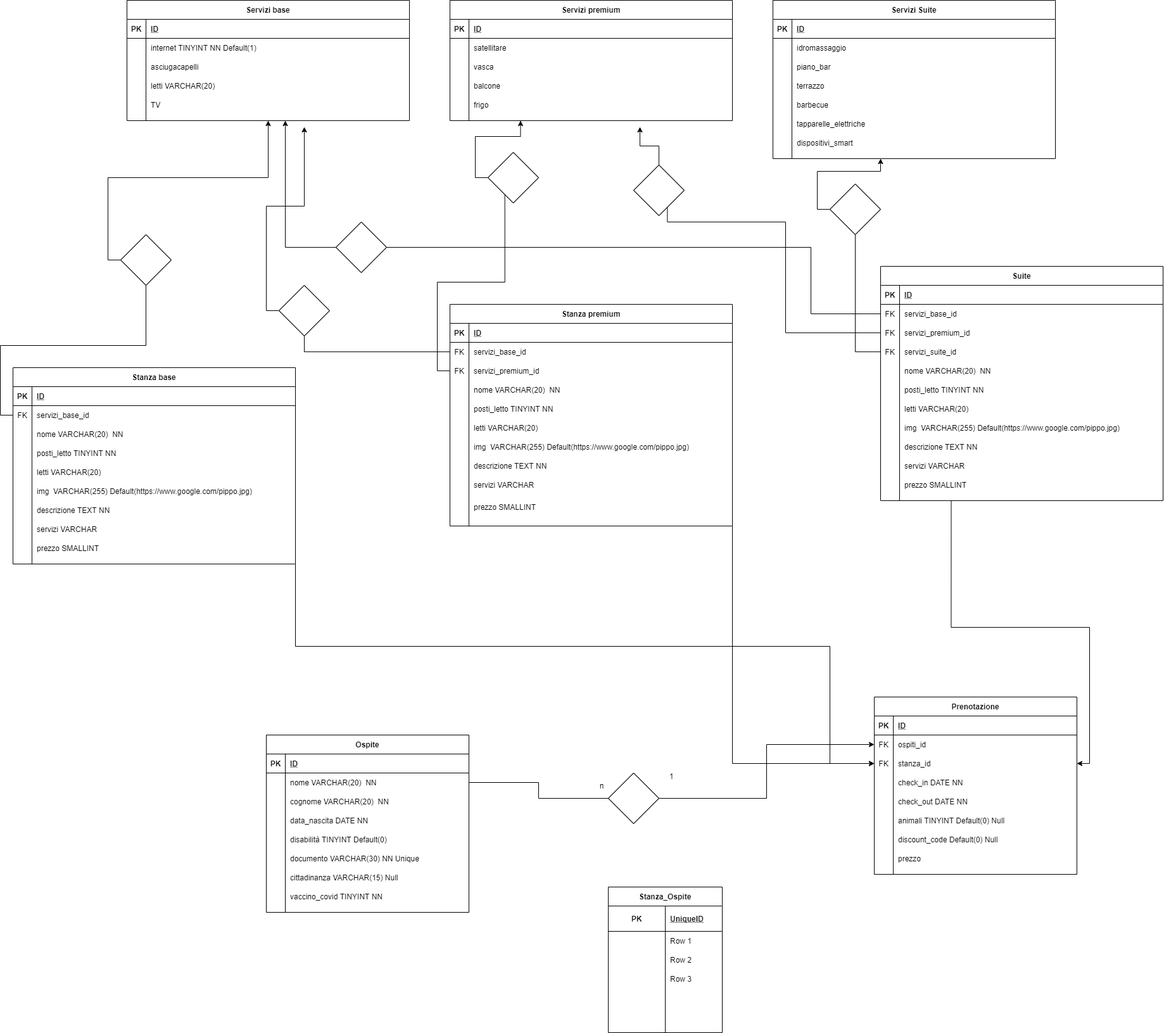
This is db-first.png from GiorgioRindonone/db-hotel, a draw.io export, as it was before one commit. Source tidied: cells renumbered, new cells last; positions are measured from the earlier drawing's top-left corner, leaving out a move shared by most shapes.
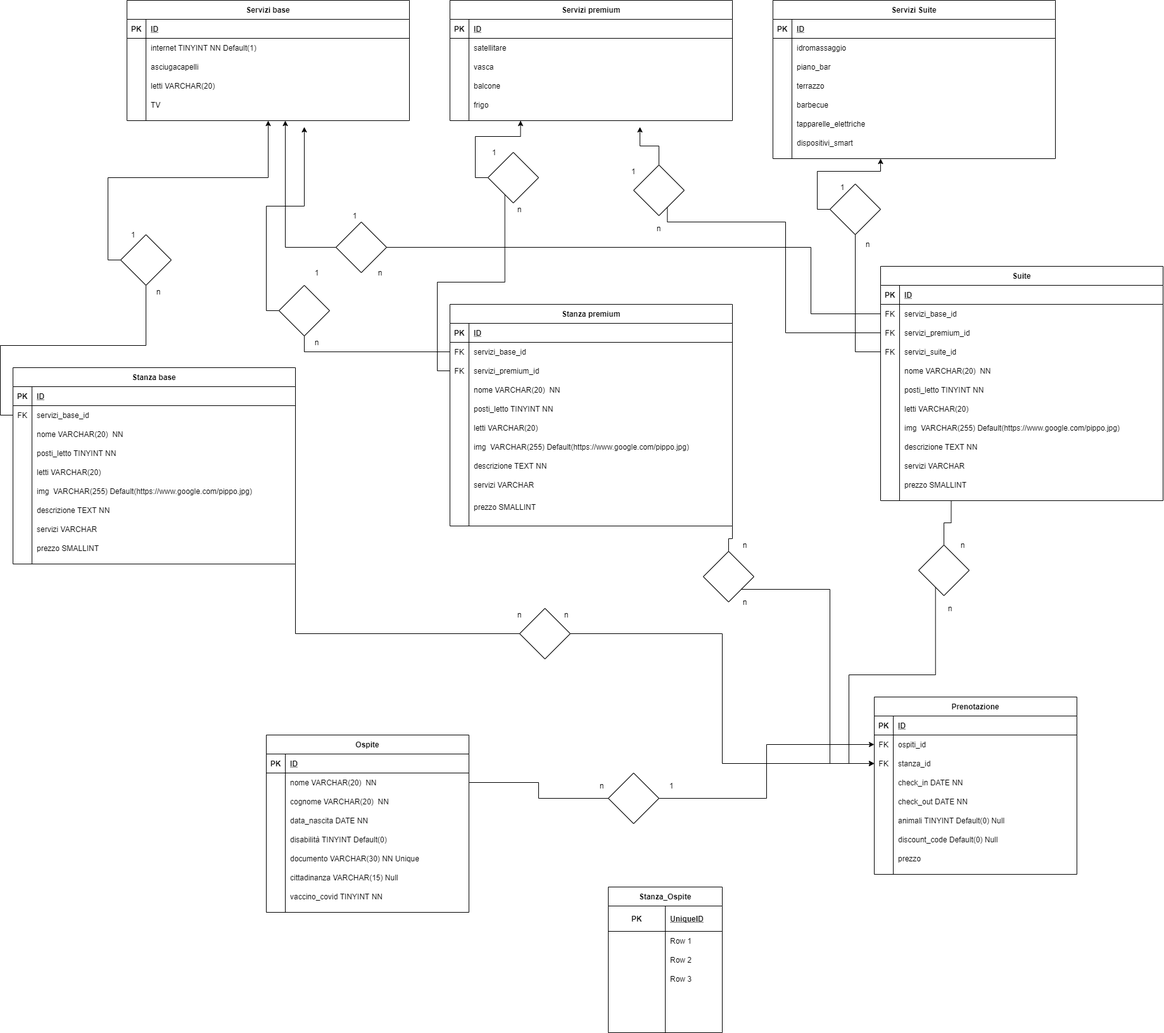
The same diagram one commit later.

The edit, as a diff of the source:
```diff
@@ -162,20 +162,11 @@
       <mxGeometry relative="1" as="geometry" />
     </mxCell>
     <mxCell id="55" value="1" style="text;html=1;strokeColor=none;fillColor=none;align=center;verticalAlign=middle;whiteSpace=wrap;rounded=0;" parent="1" vertex="1">
-      <mxGeometry x="1020" y="1215" width="40" height="20" as="geometry" />
+      <mxGeometry x="1020" y="1230" width="40" height="20" as="geometry" />
     </mxCell>
     <mxCell id="56" value="n" style="text;html=1;strokeColor=none;fillColor=none;align=center;verticalAlign=middle;whiteSpace=wrap;rounded=0;" parent="1" vertex="1">
       <mxGeometry x="910" y="1230" width="40" height="20" as="geometry" />
     </mxCell>
-    <mxCell id="57" style="edgeStyle=orthogonalEdgeStyle;rounded=0;jettySize=auto;html=1;exitX=1;exitY=1;exitDx=0;exitDy=0;entryX=0;entryY=0.5;entryDx=0;entryDy=0;" parent="1" edge="1" source="58" target="34">
-      <mxGeometry relative="1" as="geometry">
-        <Array as="points">
-          <mxPoint x="446" y="1020" />
-          <mxPoint x="1290" y="1020" />
-          <mxPoint x="1290" y="1205" />
-        </Array>
-      </mxGeometry>
-    </mxCell>
     <mxCell id="58" value="Stanza base" style="shape=table;startSize=30;rowLines=0;fontStyle=1;align=center;" parent="1" vertex="1">
       <mxGeometry y="580" width="446" height="310" as="geometry" />
     </mxCell>
@@ -347,8 +338,13 @@
     <mxCell id="114" value="TV" style="shape=partialRectangle;fillColor=none;top=0;left=0;bottom=0;right=0;align=left;spacingLeft=6;overflow=hidden;" parent="112" vertex="1">
       <mxGeometry x="30" width="416" height="30" as="geometry" />
     </mxCell>
-    <mxCell id="115" style="edgeStyle=orthogonalEdgeStyle;rounded=0;jettySize=auto;html=1;exitX=1;exitY=1;exitDx=0;exitDy=0;" parent="1" edge="1" source="116" target="34">
-      <mxGeometry relative="1" as="geometry" />
+    <mxCell id="115" style="edgeStyle=orthogonalEdgeStyle;rounded=0;jettySize=auto;html=1;exitX=1;exitY=1;exitDx=0;exitDy=0;startArrow=none;" parent="1" edge="1" source="237" target="34">
+      <mxGeometry relative="1" as="geometry">
+        <Array as="points">
+          <mxPoint x="1290" y="930" />
+          <mxPoint x="1290" y="1205" />
+        </Array>
+      </mxGeometry>
     </mxCell>
     <mxCell id="116" value="Stanza premium" style="shape=table;startSize=30;rowLines=0;fontStyle=1;align=center;" parent="1" vertex="1">
       <mxGeometry x="690" y="480" width="446" height="350" as="geometry" />
@@ -443,8 +439,14 @@
     <mxCell id="146" value="prezzo SMALLINT" style="shape=partialRectangle;fillColor=none;top=0;left=0;bottom=0;right=0;align=left;spacingLeft=6;overflow=hidden;" parent="144" vertex="1">
       <mxGeometry x="30" width="416" height="40" as="geometry" />
     </mxCell>
-    <mxCell id="147" style="edgeStyle=orthogonalEdgeStyle;rounded=0;jettySize=auto;html=1;exitX=0.25;exitY=1;exitDx=0;exitDy=0;" parent="1" edge="1" source="148" target="34">
-      <mxGeometry relative="1" as="geometry" />
+    <mxCell id="147" style="edgeStyle=orthogonalEdgeStyle;rounded=0;jettySize=auto;html=1;exitX=0.25;exitY=1;exitDx=0;exitDy=0;startArrow=none;" parent="1" edge="1" source="239" target="34">
+      <mxGeometry relative="1" as="geometry">
+        <Array as="points">
+          <mxPoint x="1457" y="1065" />
+          <mxPoint x="1320" y="1065" />
+          <mxPoint x="1320" y="1205" />
+        </Array>
+      </mxGeometry>
     </mxCell>
     <mxCell id="148" value="Suite" style="shape=table;startSize=30;rowLines=0;fontStyle=1;align=center;" parent="1" vertex="1">
       <mxGeometry x="1370" y="420" width="446" height="370" as="geometry" />
@@ -730,5 +732,80 @@
     <mxCell id="236" style="edgeStyle=orthogonalEdgeStyle;rounded=0;jettySize=auto;html=1;exitX=0;exitY=0.5;exitDx=0;exitDy=0;endArrow=none;" parent="1" edge="1" source="120" target="235">
       <mxGeometry relative="1" as="geometry" />
     </mxCell>
+    <mxCell id="237" style="rhombus;whiteSpace=wrap;html=1;" parent="1" vertex="1">
+      <mxGeometry x="1090" y="870" width="80" height="80" as="geometry" />
+    </mxCell>
+    <mxCell id="238" style="edgeStyle=orthogonalEdgeStyle;rounded=0;jettySize=auto;html=1;exitX=1;exitY=1;exitDx=0;exitDy=0;endArrow=none;" parent="1" edge="1" source="116" target="237">
+      <mxGeometry relative="1" as="geometry" />
+    </mxCell>
+    <mxCell id="239" style="rhombus;whiteSpace=wrap;html=1;" parent="1" vertex="1">
+      <mxGeometry x="1430" y="860" width="80" height="80" as="geometry" />
+    </mxCell>
+    <mxCell id="240" style="edgeStyle=orthogonalEdgeStyle;rounded=0;jettySize=auto;html=1;exitX=0.25;exitY=1;exitDx=0;exitDy=0;endArrow=none;" parent="1" edge="1" source="148" target="239">
+      <mxGeometry relative="1" as="geometry" />
+    </mxCell>
+    <mxCell id="241" value="n" style="text;html=1;strokeColor=none;fillColor=none;align=center;verticalAlign=middle;whiteSpace=wrap;rounded=0;" parent="1" vertex="1">
+      <mxGeometry x="1480" y="850" width="40" height="20" as="geometry" />
+    </mxCell>
+    <mxCell id="242" value="n" style="text;html=1;strokeColor=none;fillColor=none;align=center;verticalAlign=middle;whiteSpace=wrap;rounded=0;" parent="1" vertex="1">
+      <mxGeometry x="1460" y="950" width="40" height="20" as="geometry" />
+    </mxCell>
+    <mxCell id="243" value="n" style="text;html=1;strokeColor=none;fillColor=none;align=center;verticalAlign=middle;whiteSpace=wrap;rounded=0;" parent="1" vertex="1">
+      <mxGeometry x="1136" y="850" width="40" height="20" as="geometry" />
+    </mxCell>
+    <mxCell id="244" value="n" style="text;html=1;strokeColor=none;fillColor=none;align=center;verticalAlign=middle;whiteSpace=wrap;rounded=0;" parent="1" vertex="1">
+      <mxGeometry x="1136" y="940" width="40" height="20" as="geometry" />
+    </mxCell>
+    <mxCell id="245" value="n" style="text;html=1;strokeColor=none;fillColor=none;align=center;verticalAlign=middle;whiteSpace=wrap;rounded=0;" parent="1" vertex="1">
+      <mxGeometry x="854" y="960" width="40" height="20" as="geometry" />
+    </mxCell>
+    <mxCell id="246" value="n" style="text;html=1;strokeColor=none;fillColor=none;align=center;verticalAlign=middle;whiteSpace=wrap;rounded=0;" parent="1" vertex="1">
+      <mxGeometry x="780" y="960" width="40" height="20" as="geometry" />
+    </mxCell>
+    <mxCell id="247" style="edgeStyle=orthogonalEdgeStyle;rounded=0;jettySize=auto;html=1;exitX=1;exitY=0.5;exitDx=0;exitDy=0;" parent="1" edge="1" source="248" target="34">
+      <mxGeometry relative="1" as="geometry" />
+    </mxCell>
+    <mxCell id="248" style="rhombus;whiteSpace=wrap;html=1;" parent="1" vertex="1">
+      <mxGeometry x="800" y="960" width="80" height="80" as="geometry" />
+    </mxCell>
+    <mxCell id="249" style="edgeStyle=orthogonalEdgeStyle;rounded=0;jettySize=auto;html=1;exitX=1;exitY=1;exitDx=0;exitDy=0;entryX=0;entryY=0.5;entryDx=0;entryDy=0;endArrow=none;" parent="1" edge="1" source="58" target="248">
+      <mxGeometry relative="1" as="geometry" />
+    </mxCell>
+    <mxCell id="250" value="n" style="text;html=1;strokeColor=none;fillColor=none;align=center;verticalAlign=middle;whiteSpace=wrap;rounded=0;" parent="1" vertex="1">
+      <mxGeometry x="210" y="450" width="40" height="20" as="geometry" />
+    </mxCell>
+    <mxCell id="251" value="1" style="text;html=1;strokeColor=none;fillColor=none;align=center;verticalAlign=middle;whiteSpace=wrap;rounded=0;" parent="1" vertex="1">
+      <mxGeometry x="170" y="360" width="40" height="20" as="geometry" />
+    </mxCell>
+    <mxCell id="252" value="1" style="text;html=1;strokeColor=none;fillColor=none;align=center;verticalAlign=middle;whiteSpace=wrap;rounded=0;" parent="1" vertex="1">
+      <mxGeometry x="460" y="420" width="40" height="20" as="geometry" />
+    </mxCell>
+    <mxCell id="253" value="n" style="text;html=1;strokeColor=none;fillColor=none;align=center;verticalAlign=middle;whiteSpace=wrap;rounded=0;" parent="1" vertex="1">
+      <mxGeometry x="460" y="530" width="40" height="20" as="geometry" />
+    </mxCell>
+    <mxCell id="254" value="n" style="text;html=1;strokeColor=none;fillColor=none;align=center;verticalAlign=middle;whiteSpace=wrap;rounded=0;" parent="1" vertex="1">
+      <mxGeometry x="560" y="420" width="40" height="20" as="geometry" />
+    </mxCell>
+    <mxCell id="255" value="1" style="text;html=1;strokeColor=none;fillColor=none;align=center;verticalAlign=middle;whiteSpace=wrap;rounded=0;" parent="1" vertex="1">
+      <mxGeometry x="520" y="330" width="40" height="20" as="geometry" />
+    </mxCell>
+    <mxCell id="256" value="n" style="text;html=1;strokeColor=none;fillColor=none;align=center;verticalAlign=middle;whiteSpace=wrap;rounded=0;" parent="1" vertex="1">
+      <mxGeometry x="780" y="320" width="40" height="20" as="geometry" />
+    </mxCell>
+    <mxCell id="257" value="1" style="text;html=1;strokeColor=none;fillColor=none;align=center;verticalAlign=middle;whiteSpace=wrap;rounded=0;" parent="1" vertex="1">
+      <mxGeometry x="740" y="230" width="40" height="20" as="geometry" />
+    </mxCell>
+    <mxCell id="258" value="n" style="text;html=1;strokeColor=none;fillColor=none;align=center;verticalAlign=middle;whiteSpace=wrap;rounded=0;" parent="1" vertex="1">
+      <mxGeometry x="1000" y="350" width="40" height="20" as="geometry" />
+    </mxCell>
+    <mxCell id="259" value="1" style="text;html=1;strokeColor=none;fillColor=none;align=center;verticalAlign=middle;whiteSpace=wrap;rounded=0;" parent="1" vertex="1">
+      <mxGeometry x="960" y="260" width="40" height="20" as="geometry" />
+    </mxCell>
+    <mxCell id="260" value="n" style="text;html=1;strokeColor=none;fillColor=none;align=center;verticalAlign=middle;whiteSpace=wrap;rounded=0;" parent="1" vertex="1">
+      <mxGeometry x="1330" y="375" width="40" height="20" as="geometry" />
+    </mxCell>
+    <mxCell id="261" value="1" style="text;html=1;strokeColor=none;fillColor=none;align=center;verticalAlign=middle;whiteSpace=wrap;rounded=0;" parent="1" vertex="1">
+      <mxGeometry x="1290" y="285" width="40" height="20" as="geometry" />
+    </mxCell>
   </root>
 </mxGraphModel>
```
